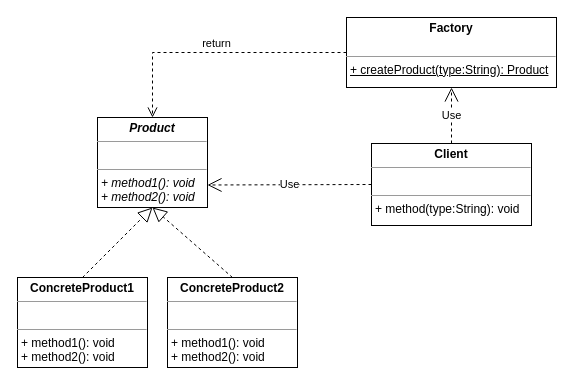
Above: src/main/java/others/simplefactory/imgs/SimpleFactory.drawio in NinaWan/DesignPattern (draw.io), before the change. Source tidied: cells renumbered, new cells numbered last; positions are measured from the earlier drawing's top-left corner, leaving out a move shared by most shapes. Both pictures are drawn from the tidied source at 100%, with x=0, y=0 at pixel (17, 17).
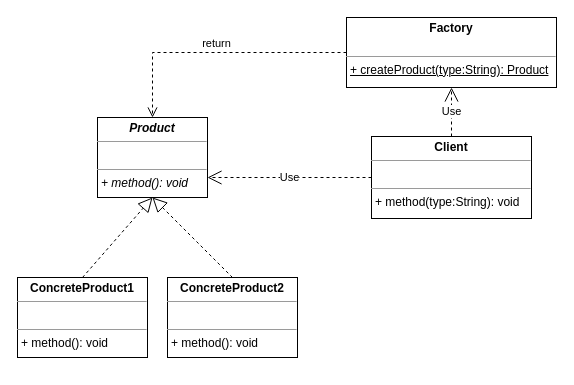
Above is the later version.

Commit message (it also covers changes not shown here):
Refactor for Simple Factory pattern

Diff of the diagram source:
```diff
@@
 <mxGraphModel>
   <root>
     <mxCell id="0" />
     <mxCell id="1" parent="0" />
-    <mxCell id="2" value="&lt;p style=&quot;margin:0px;margin-top:4px;text-align:center;&quot;&gt;&lt;b&gt;&lt;i&gt;Product&lt;/i&gt;&lt;/b&gt;&lt;/p&gt;&lt;hr size=&quot;1&quot;&gt;&lt;p style=&quot;margin:0px;margin-left:4px;&quot;&gt;&lt;i&gt;&lt;br&gt;&lt;/i&gt;&lt;/p&gt;&lt;hr size=&quot;1&quot;&gt;&lt;p style=&quot;margin:0px;margin-left:4px;&quot;&gt;&lt;i&gt;+ method1(): void&lt;/i&gt;&lt;/p&gt;&lt;p style=&quot;margin:0px;margin-left:4px;&quot;&gt;&lt;i&gt;+ method2(): void&lt;/i&gt;&lt;/p&gt;" style="verticalAlign=top;align=left;overflow=fill;fontSize=12;fontFamily=Helvetica;html=1;" parent="1" vertex="1">
-      <mxGeometry x="80" y="100" width="110" height="90" as="geometry" />
+    <mxCell id="2" value="&lt;p style=&quot;margin:0px;margin-top:4px;text-align:center;&quot;&gt;&lt;b&gt;&lt;i&gt;Product&lt;/i&gt;&lt;/b&gt;&lt;/p&gt;&lt;hr size=&quot;1&quot;&gt;&lt;p style=&quot;margin:0px;margin-left:4px;&quot;&gt;&lt;i&gt;&lt;br&gt;&lt;/i&gt;&lt;/p&gt;&lt;hr size=&quot;1&quot;&gt;&lt;p style=&quot;margin:0px;margin-left:4px;&quot;&gt;&lt;i&gt;+ method(): void&lt;/i&gt;&lt;/p&gt;" style="verticalAlign=top;align=left;overflow=fill;fontSize=12;fontFamily=Helvetica;html=1;" parent="1" vertex="1">
+      <mxGeometry x="80" y="100" width="110" height="80" as="geometry" />
     </mxCell>
-    <mxCell id="3" value="&lt;p style=&quot;margin:0px;margin-top:4px;text-align:center;&quot;&gt;&lt;b&gt;ConcreteProduct1&lt;/b&gt;&lt;/p&gt;&lt;hr size=&quot;1&quot;&gt;&lt;p style=&quot;margin:0px;margin-left:4px;&quot;&gt;&lt;br&gt;&lt;/p&gt;&lt;hr size=&quot;1&quot;&gt;&lt;p style=&quot;margin:0px;margin-left:4px;&quot;&gt;+ method1(): void&lt;/p&gt;&lt;p style=&quot;margin:0px;margin-left:4px;&quot;&gt;+ method2(): void&lt;br&gt;&lt;/p&gt;" style="verticalAlign=top;align=left;overflow=fill;fontSize=12;fontFamily=Helvetica;html=1;" parent="1" vertex="1">
-      <mxGeometry y="260" width="130" height="90" as="geometry" />
+    <mxCell id="3" value="&lt;p style=&quot;margin:0px;margin-top:4px;text-align:center;&quot;&gt;&lt;b&gt;ConcreteProduct1&lt;/b&gt;&lt;/p&gt;&lt;hr size=&quot;1&quot;&gt;&lt;p style=&quot;margin:0px;margin-left:4px;&quot;&gt;&lt;br&gt;&lt;/p&gt;&lt;hr size=&quot;1&quot;&gt;&lt;p style=&quot;margin:0px;margin-left:4px;&quot;&gt;+ method(): void&lt;/p&gt;" style="verticalAlign=top;align=left;overflow=fill;fontSize=12;fontFamily=Helvetica;html=1;" parent="1" vertex="1">
+      <mxGeometry y="260" width="130" height="80" as="geometry" />
     </mxCell>
-    <mxCell id="4" value="&lt;p style=&quot;margin:0px;margin-top:4px;text-align:center;&quot;&gt;&lt;b&gt;ConcreteProduct2&lt;/b&gt;&lt;/p&gt;&lt;hr size=&quot;1&quot;&gt;&lt;p style=&quot;margin:0px;margin-left:4px;&quot;&gt;&lt;br&gt;&lt;/p&gt;&lt;hr size=&quot;1&quot;&gt;&lt;p style=&quot;margin:0px;margin-left:4px;&quot;&gt;+ method1(): void&lt;/p&gt;&lt;p style=&quot;margin:0px;margin-left:4px;&quot;&gt;+ method2(): void&lt;br&gt;&lt;/p&gt;" style="verticalAlign=top;align=left;overflow=fill;fontSize=12;fontFamily=Helvetica;html=1;" parent="1" vertex="1">
-      <mxGeometry x="150" y="260" width="130" height="90" as="geometry" />
+    <mxCell id="4" value="&lt;p style=&quot;margin:0px;margin-top:4px;text-align:center;&quot;&gt;&lt;b&gt;ConcreteProduct2&lt;/b&gt;&lt;/p&gt;&lt;hr size=&quot;1&quot;&gt;&lt;p style=&quot;margin:0px;margin-left:4px;&quot;&gt;&lt;br&gt;&lt;/p&gt;&lt;hr size=&quot;1&quot;&gt;&lt;p style=&quot;margin:0px;margin-left:4px;&quot;&gt;+ method(): void&lt;br&gt;&lt;/p&gt;" style="verticalAlign=top;align=left;overflow=fill;fontSize=12;fontFamily=Helvetica;html=1;" parent="1" vertex="1">
+      <mxGeometry x="150" y="260" width="130" height="80" as="geometry" />
     </mxCell>
     <mxCell id="5" style="endArrow=block;dashed=1;endFill=0;endSize=12;html=1;rounded=0;exitX=0.5;exitY=0;exitDx=0;exitDy=0;entryX=0.5;entryY=1;entryDx=0;entryDy=0;" parent="1" edge="1" source="3" target="2">
       <mxGeometry relative="1" as="geometry" />
     </mxCell>
     <mxCell id="6" style="endArrow=block;dashed=1;endFill=0;endSize=12;html=1;rounded=0;exitX=0.5;exitY=0;exitDx=0;exitDy=0;entryX=0.5;entryY=1;entryDx=0;entryDy=0;" parent="1" edge="1" source="4" target="2">
       <mxGeometry relative="1" as="geometry" />
     </mxCell>
     <mxCell id="7" value="&lt;p style=&quot;margin:0px;margin-top:4px;text-align:center;&quot;&gt;&lt;b&gt;Factory&lt;/b&gt;&lt;/p&gt;&lt;p style=&quot;margin:0px;margin-left:4px;&quot;&gt;&lt;br&gt;&lt;/p&gt;&lt;hr size=&quot;1&quot;&gt;&lt;p style=&quot;margin:0px;margin-left:4px;&quot;&gt;&lt;u&gt;+ createProduct(type:String): Product&lt;/u&gt;&lt;/p&gt;" style="verticalAlign=top;align=left;overflow=fill;fontSize=12;fontFamily=Helvetica;html=1;" parent="1" vertex="1">
       <mxGeometry x="329" width="210" height="70" as="geometry" />
     </mxCell>
     <mxCell id="8" value="return" style="html=1;verticalAlign=bottom;endArrow=open;dashed=1;endSize=8;rounded=0;exitX=0;exitY=0.5;exitDx=0;exitDy=0;entryX=0.5;entryY=0;entryDx=0;entryDy=0;edgeStyle=orthogonalEdgeStyle;" parent="1" edge="1" source="7" target="2">
       <mxGeometry relative="1" as="geometry" />
     </mxCell>
     <mxCell id="9" value="&lt;p style=&quot;margin:0px;margin-top:4px;text-align:center;&quot;&gt;&lt;b&gt;Client&lt;/b&gt;&lt;/p&gt;&lt;hr size=&quot;1&quot;&gt;&lt;p style=&quot;margin:0px;margin-left:4px;&quot;&gt;&lt;br&gt;&lt;/p&gt;&lt;hr size=&quot;1&quot;&gt;&lt;p style=&quot;margin:0px;margin-left:4px;&quot;&gt;&lt;span style=&quot;background-color: initial;&quot;&gt;+ method(type:String): void&lt;/span&gt;&lt;br&gt;&lt;/p&gt;" style="verticalAlign=top;align=left;overflow=fill;fontSize=12;fontFamily=Helvetica;html=1;" parent="1" vertex="1">
-      <mxGeometry x="354" y="126" width="160" height="82" as="geometry" />
+      <mxGeometry x="354" y="119" width="160" height="82" as="geometry" />
     </mxCell>
     <mxCell id="10" value="Use" style="endArrow=open;endSize=12;dashed=1;html=1;rounded=0;exitX=0;exitY=0.5;exitDx=0;exitDy=0;entryX=1;entryY=0.75;entryDx=0;entryDy=0;" parent="1" edge="1" source="9" target="2">
       <mxGeometry relative="1" as="geometry" />
     </mxCell>
     <mxCell id="11" value="Use" style="endArrow=open;endSize=12;dashed=1;html=1;rounded=0;exitX=0.5;exitY=0;exitDx=0;exitDy=0;entryX=0.5;entryY=1;entryDx=0;entryDy=0;" parent="1" edge="1" source="9" target="7">
       <mxGeometry relative="1" as="geometry" />
     </mxCell>
   </root>
 </mxGraphModel>
```
